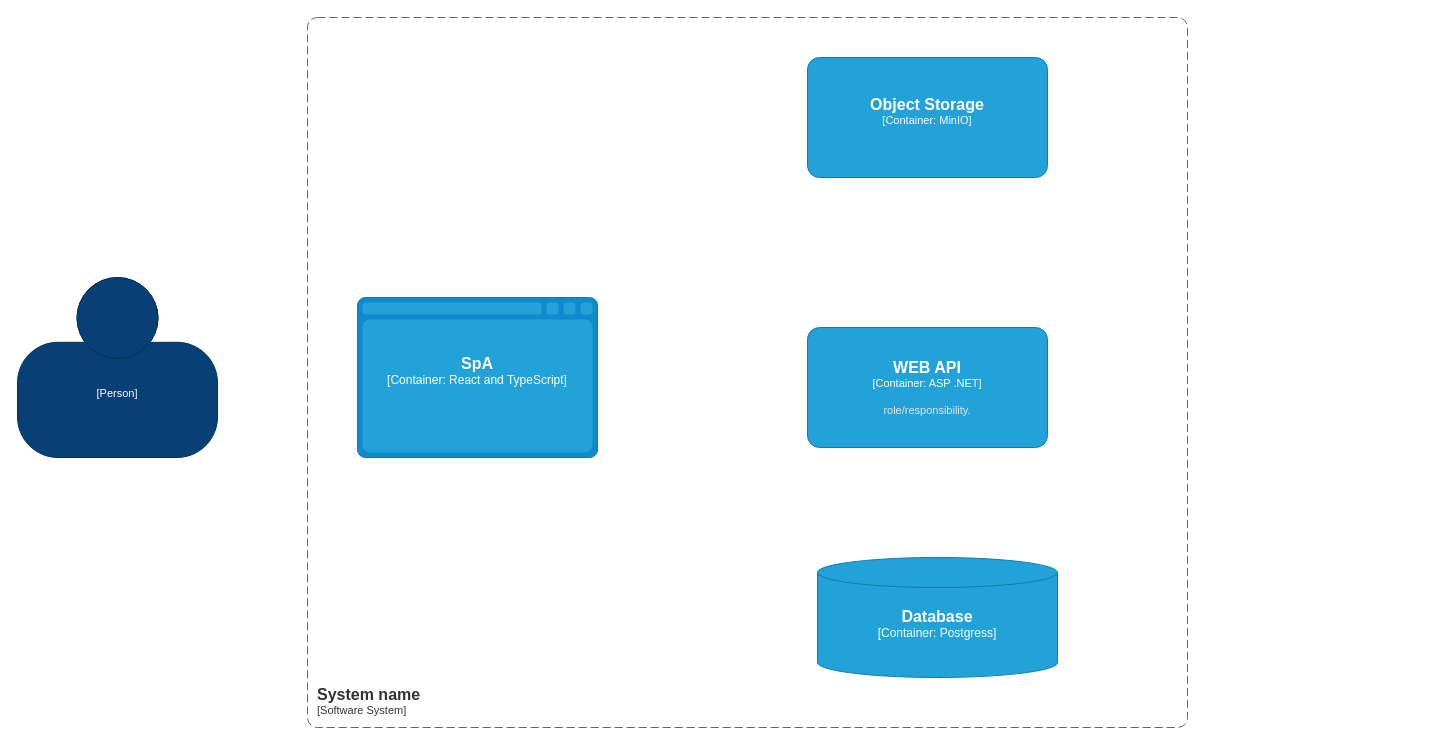
The draw.io diagram doc/Architecture.drawio in SimoneCorazza/ExpenseTracker, before the edit. Source tidied: cells renumbered, new cells numbered last; positions are measured from the earlier drawing's top-left corner, leaving out a move shared by most shapes. Both pictures are drawn from the tidied source at 100%, with x=0, y=0 at pixel (17, 17).
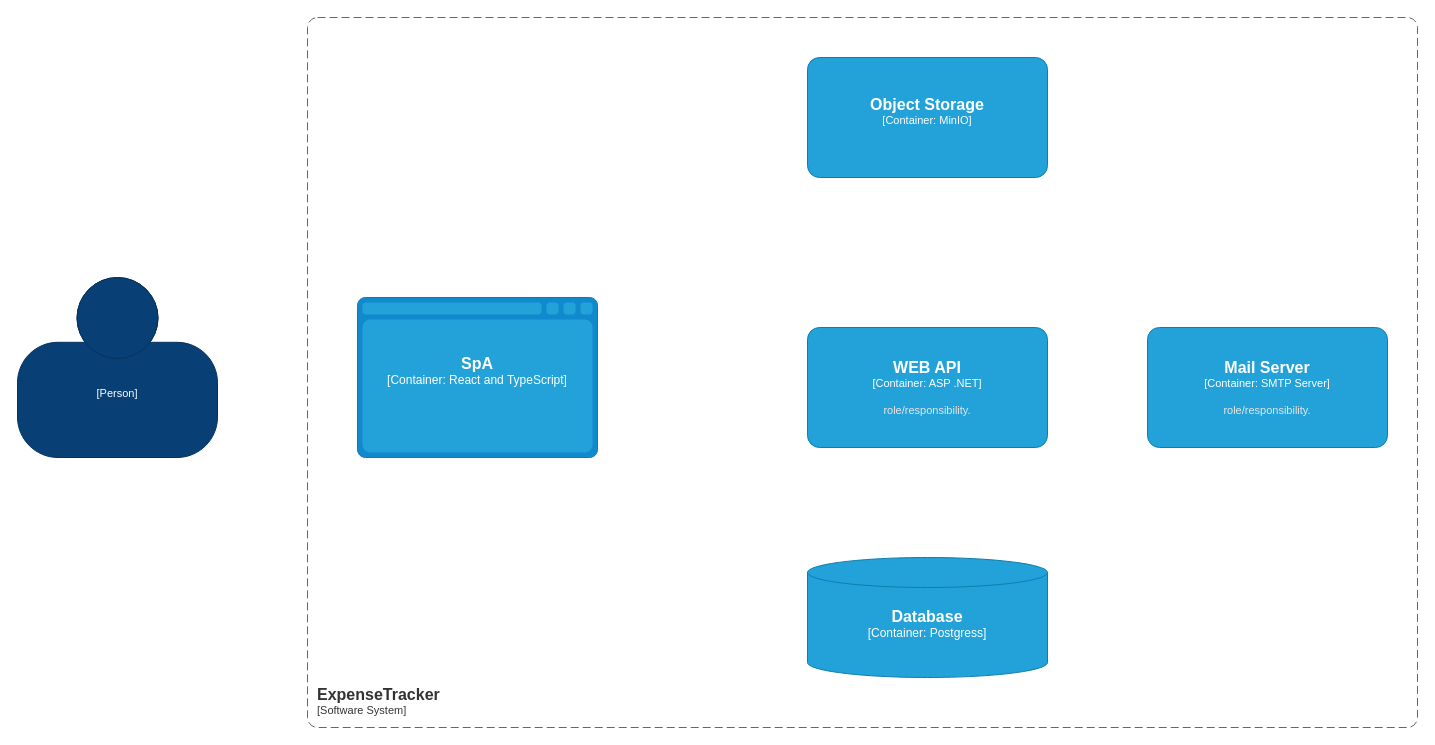
The same page after the edit.

Change to the diagram source:
```diff
@@
 <mxGraphModel>
   <root>
     <mxCell id="0" />
     <mxCell id="1" parent="0" />
     <object id="2" label="&lt;font style=&quot;font-size: 16px&quot;&gt;&lt;b&gt;%c4Name%&lt;/b&gt;&lt;/font&gt;&lt;div&gt;[%c4Type%]&lt;/div&gt;&lt;br&gt;&lt;div&gt;&lt;font style=&quot;font-size: 11px&quot;&gt;&lt;font color=&quot;#cccccc&quot;&gt;%c4Description%&lt;/font&gt;&lt;/div&gt;" c4Description="" c4Name="" c4Type="Person" placeholders="1">
       <mxCell style="html=1;fontSize=11;dashed=0;whiteSpace=wrap;fillColor=#083F75;strokeColor=#06315C;fontColor=#ffffff;shape=mxgraph.c4.person2;align=center;" parent="1" vertex="1">
         <mxGeometry y="260" width="200" height="180" as="geometry" />
       </mxCell>
     </object>
     <object id="3" label="&lt;font style=&quot;font-size: 16px&quot;&gt;&lt;b&gt;%c4Name%&lt;/b&gt;&lt;/font&gt;&lt;div&gt;[%c4Type%:&amp;nbsp;%c4Technology%]&lt;/div&gt;&lt;br&gt;&lt;div&gt;&lt;font style=&quot;font-size: 11px&quot;&gt;&lt;font color=&quot;#E6E6E6&quot;&gt;%c4Description%&lt;/font&gt;&lt;/div&gt;" c4Description="" c4Name="Database" c4Technology="Postgress" c4Type="Container" placeholders="1">
       <mxCell style="shape=cylinder3;size=15;whiteSpace=wrap;html=1;boundedLbl=1;rounded=0;labelBackgroundColor=none;fillColor=#23A2D9;fontSize=12;fontColor=#ffffff;align=center;strokeColor=#0E7DAD;" parent="1" vertex="1">
-        <mxGeometry x="800" y="540" width="240" height="120" as="geometry" />
+        <mxGeometry x="790" y="540" width="240" height="120" as="geometry" />
       </mxCell>
     </object>
     <object id="4" label="&lt;font style=&quot;font-size: 16px&quot;&gt;&lt;b&gt;%c4Name%&lt;/b&gt;&lt;/font&gt;&lt;div&gt;[%c4Type%:&amp;nbsp;%c4Technology%]&lt;/div&gt;&lt;br&gt;&lt;div&gt;&lt;font style=&quot;font-size: 11px&quot;&gt;&lt;font color=&quot;#E6E6E6&quot;&gt;%c4Description%&lt;/font&gt;&lt;/div&gt;" c4Description="" c4Name="SpA" c4Technology="React and TypeScript" c4Type="Container" placeholders="1">
       <mxCell style="shape=mxgraph.c4.webBrowserContainer2;whiteSpace=wrap;html=1;boundedLbl=1;rounded=0;labelBackgroundColor=none;strokeColor=#118ACD;fillColor=#23A2D9;strokeColor=#118ACD;strokeColor2=#0E7DAD;fontSize=12;fontColor=#ffffff;align=center;" parent="1" vertex="1">
         <mxGeometry x="340" y="280" width="240" height="160" as="geometry" />
       </mxCell>
     </object>
-    <object id="5" label="&lt;font style=&quot;font-size: 16px&quot;&gt;&lt;b&gt;&lt;div style=&quot;text-align: left&quot;&gt;%c4Name%&lt;/div&gt;&lt;/b&gt;&lt;/font&gt;&lt;div style=&quot;text-align: left&quot;&gt;[%c4Application%]&lt;/div&gt;" c4Application="Software System" c4Name="System name" placeholders="1">
+    <object id="5" label="&lt;font style=&quot;font-size: 16px&quot;&gt;&lt;b&gt;&lt;div style=&quot;text-align: left&quot;&gt;%c4Name%&lt;/div&gt;&lt;/b&gt;&lt;/font&gt;&lt;div style=&quot;text-align: left&quot;&gt;[%c4Application%]&lt;/div&gt;" c4Application="Software System" c4Name="ExpenseTracker" placeholders="1">
       <mxCell style="rounded=1;fontSize=11;whiteSpace=wrap;html=1;dashed=1;arcSize=20;fillColor=none;strokeColor=#666666;fontColor=#333333;labelBackgroundColor=none;align=left;verticalAlign=bottom;labelBorderColor=none;spacingTop=0;spacing=10;dashPattern=8 4;perimeter=rectanglePerimeter;noLabel=0;labelPadding=0;absoluteArcSize=1;" parent="1" vertex="1">
-        <mxGeometry x="290" width="880" height="710" as="geometry" />
+        <mxGeometry x="290" width="1110" height="710" as="geometry" />
       </mxCell>
     </object>
     <object id="6" label="&lt;font style=&quot;font-size: 16px&quot;&gt;&lt;b&gt;%c4Name%&lt;/b&gt;&lt;/font&gt;&lt;div&gt;[%c4Type%: %c4Technology%]&lt;/div&gt;&lt;br&gt;&lt;div&gt;&lt;font style=&quot;font-size: 11px&quot;&gt;&lt;font color=&quot;#E6E6E6&quot;&gt;%c4Description%&lt;/font&gt;&lt;/div&gt;" c4Description="" c4Name="Object Storage" c4Technology="MinIO" c4Type="Container" placeholders="1">
       <mxCell style="rounded=1;whiteSpace=wrap;html=1;fontSize=11;labelBackgroundColor=none;fillColor=#23A2D9;fontColor=#ffffff;align=center;arcSize=10;strokeColor=#0E7DAD;" parent="1" vertex="1">
         <mxGeometry x="790" y="40" width="240" height="120" as="geometry" />
       </mxCell>
     </object>
     <object id="7" label="&lt;font style=&quot;font-size: 16px&quot;&gt;&lt;b&gt;%c4Name%&lt;/b&gt;&lt;/font&gt;&lt;div&gt;[%c4Type%: %c4Technology%]&lt;/div&gt;&lt;br&gt;&lt;div&gt;&lt;font style=&quot;font-size: 11px&quot;&gt;&lt;font color=&quot;#E6E6E6&quot;&gt;%c4Description%&lt;/font&gt;&lt;/div&gt;" c4Description="role/responsibility." c4Name="WEB API" c4Technology="ASP .NET" c4Type="Container" placeholders="1">
       <mxCell style="rounded=1;whiteSpace=wrap;html=1;fontSize=11;labelBackgroundColor=none;fillColor=#23A2D9;fontColor=#ffffff;align=center;arcSize=10;strokeColor=#0E7DAD;" parent="1" vertex="1">
         <mxGeometry x="790" y="310" width="240" height="120" as="geometry" />
       </mxCell>
     </object>
+    <object id="8" label="&lt;font style=&quot;font-size: 16px&quot;&gt;&lt;b&gt;%c4Name%&lt;/b&gt;&lt;/font&gt;&lt;div&gt;[%c4Type%: %c4Technology%]&lt;/div&gt;&lt;br&gt;&lt;div&gt;&lt;font style=&quot;font-size: 11px&quot;&gt;&lt;font color=&quot;#E6E6E6&quot;&gt;%c4Description%&lt;/font&gt;&lt;/div&gt;" c4Description="role/responsibility." c4Name="Mail Server" c4Technology="SMTP Server" c4Type="Container" placeholders="1">
+      <mxCell style="rounded=1;whiteSpace=wrap;html=1;fontSize=11;labelBackgroundColor=none;fillColor=#23A2D9;fontColor=#ffffff;align=center;arcSize=10;strokeColor=#0E7DAD;" parent="1" vertex="1">
+        <mxGeometry x="1130" y="310" width="240" height="120" as="geometry" />
+      </mxCell>
+    </object>
   </root>
 </mxGraphModel>
```
